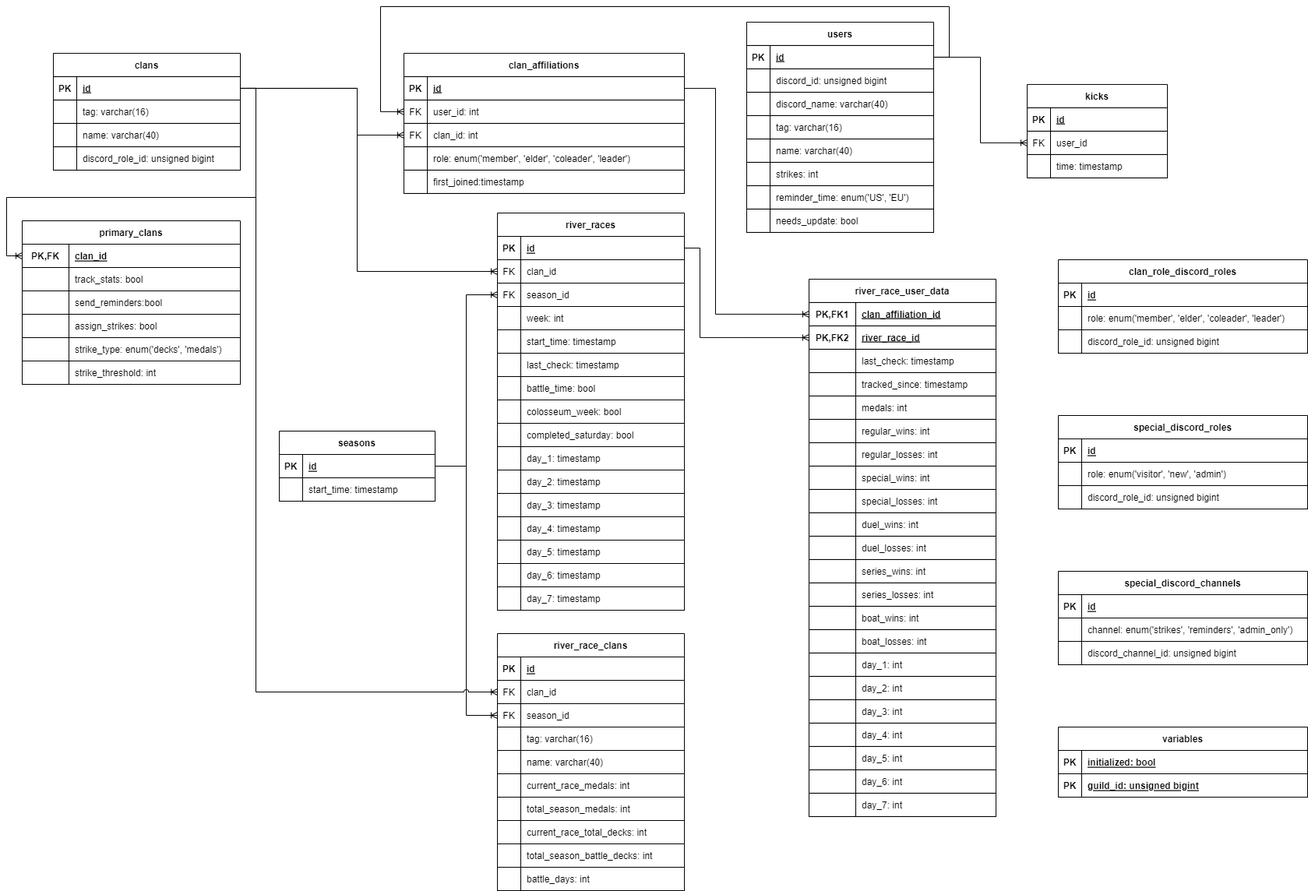
Above: docs/DatabaseSchema.png in chradajan/ClashRoyaleManager (draw.io), before the change. Source tidied: cells renumbered, new cells last; positions are measured from the earlier drawing's top-left corner, leaving out a move shared by most shapes.
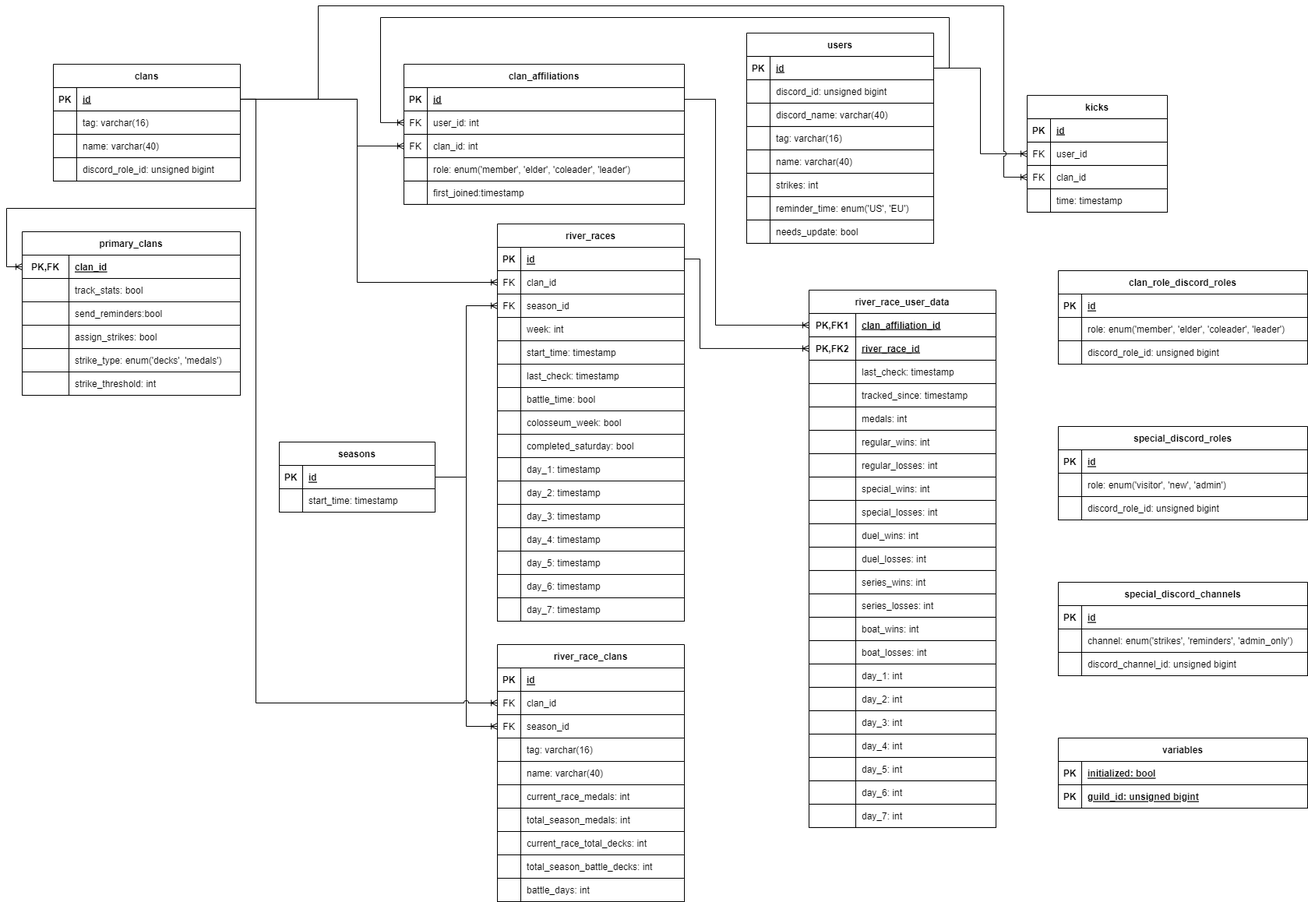
Above is the later version.

Commit message:
Implement kick commands and associate kicks with a clan

Diff of the diagram source:
```diff
@@ -663,7 +663,7 @@
       <mxGeometry x="30" width="290" height="30" as="geometry" />
     </mxCell>
     <mxCell id="222" value="kicks" style="shape=table;startSize=30;rowLines=0;fontStyle=1;align=center;" parent="1" vertex="1">
-      <mxGeometry x="1310" y="99.9" width="180" height="120" as="geometry" />
+      <mxGeometry x="1310" y="99.9" width="180" height="150" as="geometry" />
     </mxCell>
     <mxCell id="223" style="shape=tableRow;horizontal=0;startSize=0;swimlaneHead=0;swimlaneBody=0;fillColor=none;top=0;left=0;right=0;bottom=1;" parent="222" vertex="1">
       <mxGeometry y="30" width="180" height="30" as="geometry" />
@@ -683,8 +683,17 @@
     <mxCell id="228" value="user_id" style="shape=partialRectangle;fillColor=none;top=0;left=0;bottom=0;right=0;align=left;spacingLeft=6;overflow=hidden;" parent="226" vertex="1">
       <mxGeometry x="30" width="150" height="30" as="geometry" />
     </mxCell>
+    <mxCell id="286" style="shape=tableRow;horizontal=0;startSize=0;swimlaneHead=0;swimlaneBody=0;fillColor=none;points=[[0,0.5],[1,0.5]];portConstraint=eastwest;top=0;left=0;right=0;bottom=0;" parent="222" vertex="1">
+      <mxGeometry y="90" width="180" height="30" as="geometry" />
+    </mxCell>
+    <mxCell id="287" value="FK" style="shape=partialRectangle;fillColor=none;top=0;left=0;bottom=0;right=0;overflow=hidden;" parent="286" vertex="1">
+      <mxGeometry width="30" height="30" as="geometry" />
+    </mxCell>
+    <mxCell id="288" value="clan_id" style="shape=partialRectangle;fillColor=none;top=0;left=0;bottom=0;right=0;align=left;spacingLeft=6;overflow=hidden;" parent="286" vertex="1">
+      <mxGeometry x="30" width="150" height="30" as="geometry" />
+    </mxCell>
     <mxCell id="229" style="shape=tableRow;horizontal=0;startSize=0;swimlaneHead=0;swimlaneBody=0;fillColor=none;top=0;left=0;right=0;bottom=0;" parent="222" vertex="1">
-      <mxGeometry y="90" width="180" height="30" as="geometry" />
+      <mxGeometry y="120" width="180" height="30" as="geometry" />
     </mxCell>
     <mxCell id="230" style="shape=partialRectangle;fillColor=none;top=0;left=0;bottom=0;right=0;overflow=hidden;" parent="229" vertex="1">
       <mxGeometry width="30" height="30" as="geometry" />
@@ -893,5 +902,15 @@
         </Array>
       </mxGeometry>
     </mxCell>
+    <mxCell id="289" style="edgeStyle=orthogonalEdgeStyle;html=1;exitX=0;exitY=0.5;exitDx=0;exitDy=0;entryX=1;entryY=0.5;entryDx=0;entryDy=0;rounded=0;endArrow=none;endFill=0;startArrow=ERoneToMany;startFill=0;jumpStyle=arc;" parent="1" edge="1" source="286" target="28">
+      <mxGeometry relative="1" as="geometry">
+        <Array as="points">
+          <mxPoint x="1280" y="205" />
+          <mxPoint x="1280" y="-15" />
+          <mxPoint x="400" y="-15" />
+          <mxPoint x="400" y="105" />
+        </Array>
+      </mxGeometry>
+    </mxCell>
   </root>
 </mxGraphModel>
```
